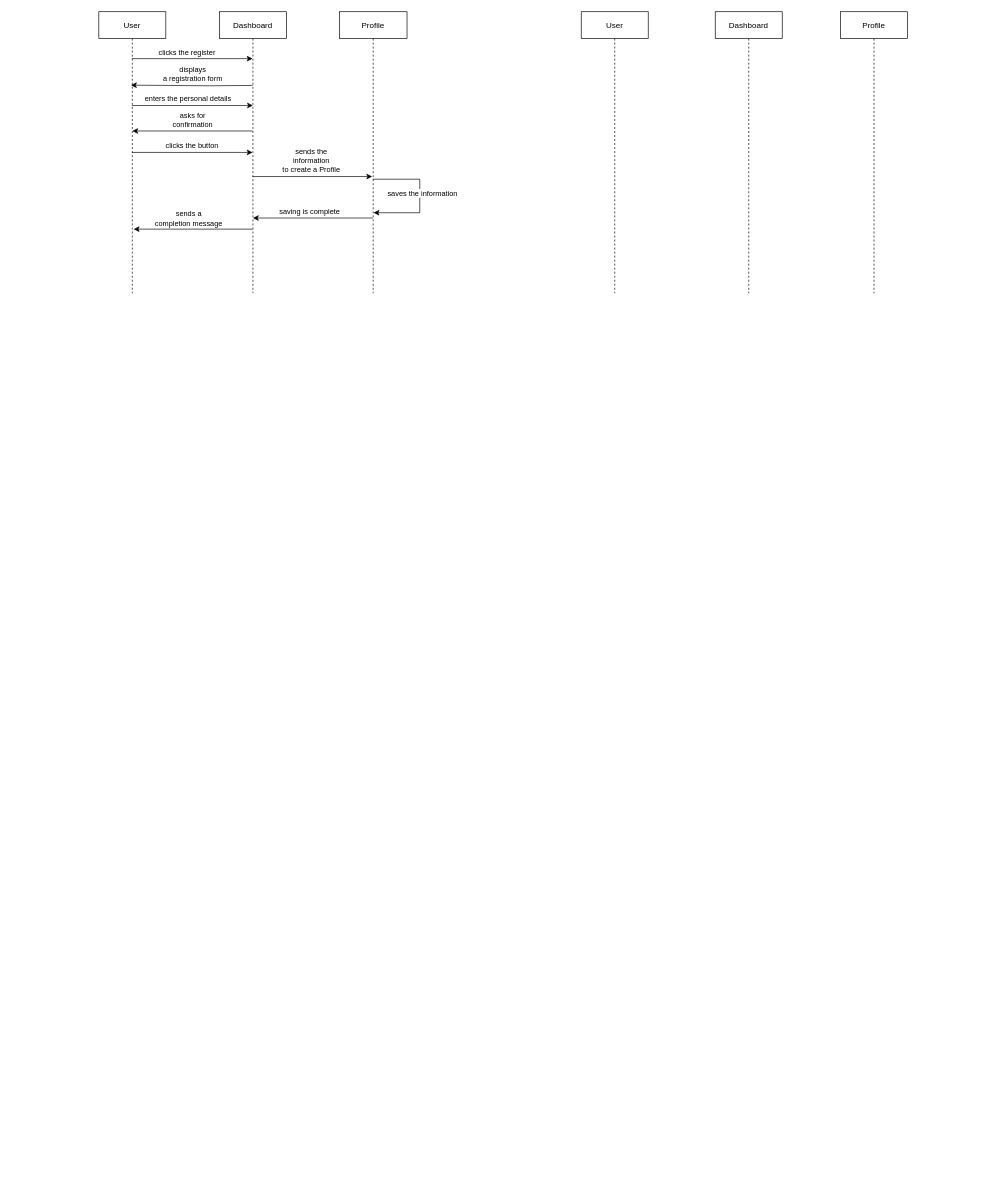
Before: homework2.drawio in Adamlixi/adamblog.github.io, a draw.io diagram. Source tidied: cells renumbered, new cells numbered last; positions are measured from the earlier drawing's top-left corner, leaving out a move shared by most shapes. Both pictures are drawn from the tidied source at 67%, with x=0, y=0 at pixel (98, 11).
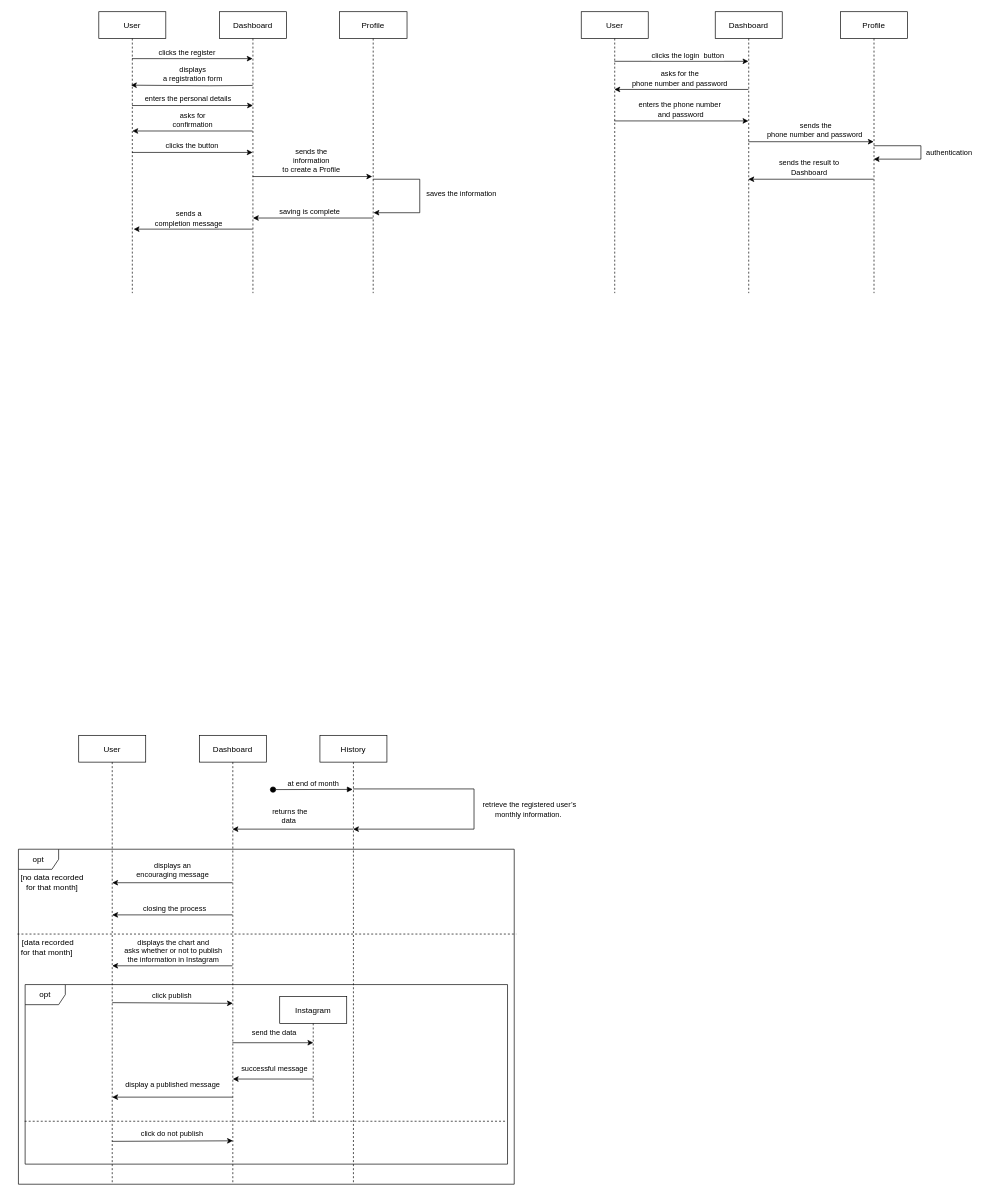
The same page after the edit.

Unchanged cells that the change refers to:
```xml
<mxCell id="22" style="edgeStyle=orthogonalEdgeStyle;rounded=0;jettySize=auto;html=1;" parent="1" edge="1" source="13">
  <mxGeometry relative="1" as="geometry">
    <mxPoint x="410" y="300" as="targetPoint" />
    <Array as="points">
      <mxPoint x="479" y="250" />
      <mxPoint x="479" y="300" />
      <mxPoint x="410" y="300" />
    </Array>
  </mxGeometry>
</mxCell>
<mxCell id="26" value="Profile" style="shape=umlLifeline;perimeter=lifelinePerimeter;rounded=0;shadow=0;strokeWidth=1;" parent="1" vertex="1">
  <mxGeometry x="1107" width="100" height="420" as="geometry" />
</mxCell>
```

What changed in the source:
```diff
@@
+    <mxCell id="27" value="opt" style="shape=umlFrame;whiteSpace=wrap;html=1;" parent="1" vertex="1">
+      <mxGeometry x="-120" y="1250" width="740" height="500" as="geometry" />
+    </mxCell>
+    <mxCell id="28" value="opt" style="shape=umlFrame;whiteSpace=wrap;html=1;" parent="1" vertex="1">
+      <mxGeometry x="-110" y="1452" width="720" height="268" as="geometry" />
+    </mxCell>
@@
     <mxCell id="23" value="saves the information" style="edgeLabel;html=1;align=center;verticalAlign=middle;" parent="22" vertex="1">
-      <mxGeometry x="-0.05" y="3" relative="1" as="geometry" />
+      <mxGeometry x="-0.05" y="3" relative="1" as="geometry">
+        <mxPoint x="58" as="offset" />
+      </mxGeometry>
     </mxCell>
+    <mxCell id="29" style="edgeStyle=orthogonalEdgeStyle;rounded=0;orthogonalLoop=1;jettySize=auto;html=1;" parent="1" edge="1">
+      <mxGeometry relative="1" as="geometry">
+        <mxPoint x="769.5" y="74" as="sourcePoint" />
+        <mxPoint x="969.5" y="74" as="targetPoint" />
+      </mxGeometry>
+    </mxCell>
+    <mxCell id="30" value="clicks the login&amp;nbsp; button" style="edgeLabel;html=1;align=center;verticalAlign=middle;" parent="29" vertex="1">
+      <mxGeometry x="0.09" y="2" relative="1" as="geometry">
+        <mxPoint y="-7" as="offset" />
+      </mxGeometry>
+    </mxCell>
+    <mxCell id="31" style="edgeStyle=orthogonalEdgeStyle;rounded=0;orthogonalLoop=1;jettySize=auto;html=1;" parent="1" edge="1">
+      <mxGeometry relative="1" as="geometry">
+        <mxPoint x="769.5" y="163" as="sourcePoint" />
+        <mxPoint x="969.5" y="163" as="targetPoint" />
+      </mxGeometry>
+    </mxCell>
+    <mxCell id="32" value="enters the phone number&lt;br&gt;&amp;nbsp;and password" style="edgeLabel;html=1;align=center;verticalAlign=middle;" parent="31" vertex="1">
+      <mxGeometry x="-0.04" y="3" relative="1" as="geometry">
+        <mxPoint x="1" y="-15" as="offset" />
+      </mxGeometry>
+    </mxCell>
@@
+    <mxCell id="33" style="edgeStyle=orthogonalEdgeStyle;rounded=0;orthogonalLoop=1;jettySize=auto;html=1;" parent="1" edge="1">
+      <mxGeometry relative="1" as="geometry">
+        <mxPoint x="969.5" y="116" as="sourcePoint" />
+        <mxPoint x="769.5" y="116" as="targetPoint" />
+      </mxGeometry>
+    </mxCell>
+    <mxCell id="34" value="asks for the&lt;br/&gt;phone number and password" style="edgeLabel;html=1;align=center;verticalAlign=middle;" parent="33" vertex="1">
+      <mxGeometry x="0.1" relative="1" as="geometry">
+        <mxPoint x="7" y="-17" as="offset" />
+      </mxGeometry>
+    </mxCell>
+    <mxCell id="35" style="edgeStyle=orthogonalEdgeStyle;rounded=0;orthogonalLoop=1;jettySize=auto;html=1;" parent="1" edge="1">
+      <mxGeometry relative="1" as="geometry">
+        <mxPoint x="969.5" y="194" as="sourcePoint" />
+        <mxPoint x="1156.5" y="194" as="targetPoint" />
+      </mxGeometry>
+    </mxCell>
+    <mxCell id="36" value="sends the &lt;br&gt;phone number and password&amp;nbsp;" style="edgeLabel;html=1;align=center;verticalAlign=middle;" parent="35" vertex="1">
+      <mxGeometry x="0.07" y="2" relative="1" as="geometry">
+        <mxPoint y="-16" as="offset" />
+      </mxGeometry>
+    </mxCell>
@@
+    <mxCell id="37" style="edgeStyle=orthogonalEdgeStyle;rounded=0;orthogonalLoop=1;jettySize=auto;html=1;" parent="1" edge="1">
+      <mxGeometry relative="1" as="geometry">
+        <mxPoint x="1156.5" y="250" as="sourcePoint" />
+        <mxPoint x="969.5" y="250" as="targetPoint" />
+      </mxGeometry>
+    </mxCell>
+    <mxCell id="38" value="sends the result to&lt;br/&gt;Dashboard" style="edgeLabel;html=1;align=center;verticalAlign=middle;" parent="37" vertex="1">
+      <mxGeometry x="0.05" y="1" relative="1" as="geometry">
+        <mxPoint x="1" y="-19" as="offset" />
+      </mxGeometry>
+    </mxCell>
@@
+    <mxCell id="39" style="edgeStyle=orthogonalEdgeStyle;rounded=0;orthogonalLoop=1;jettySize=auto;html=1;elbow=horizontal;" parent="1" edge="1" source="26" target="26">
+      <mxGeometry relative="1" as="geometry">
+        <Array as="points">
+          <mxPoint x="1180" y="280" />
+        </Array>
+      </mxGeometry>
+    </mxCell>
+    <mxCell id="40" value="authentication" style="edgeLabel;html=1;align=center;verticalAlign=middle;" parent="39" vertex="1">
+      <mxGeometry x="0.56" y="3" relative="1" as="geometry">
+        <mxPoint x="77" y="-14" as="offset" />
+      </mxGeometry>
+    </mxCell>
+    <mxCell id="41" value="User" style="shape=umlLifeline;perimeter=lifelinePerimeter;rounded=0;shadow=0;strokeWidth=1;" parent="1" vertex="1">
+      <mxGeometry x="-30" y="1080" width="100" height="670" as="geometry" />
+    </mxCell>
+    <mxCell id="42" style="edgeStyle=orthogonalEdgeStyle;rounded=0;orthogonalLoop=1;jettySize=auto;html=1;" parent="1" edge="1">
+      <mxGeometry relative="1" as="geometry">
+        <mxPoint x="199.5" y="1300" as="sourcePoint" />
+        <mxPoint x="20" y="1300" as="targetPoint" />
+        <Array as="points">
+          <mxPoint x="20" y="1300" />
+        </Array>
+      </mxGeometry>
+    </mxCell>
+    <mxCell id="43" value="displays an &lt;br&gt;encouraging message" style="edgeLabel;html=1;align=center;verticalAlign=middle;" parent="42" vertex="1">
+      <mxGeometry x="0.01" relative="1" as="geometry">
+        <mxPoint x="1" y="-20" as="offset" />
+      </mxGeometry>
+    </mxCell>
+    <mxCell id="44" style="edgeStyle=orthogonalEdgeStyle;rounded=0;orthogonalLoop=1;jettySize=auto;html=1;entryX=0.5;entryY=0.5;entryDx=0;entryDy=0;entryPerimeter=0;" parent="1" edge="1">
+      <mxGeometry relative="1" as="geometry">
+        <mxPoint x="199.5" y="1348" as="sourcePoint" />
+        <mxPoint x="20" y="1348" as="targetPoint" />
+      </mxGeometry>
+    </mxCell>
+    <mxCell id="45" value="closing the process" style="edgeLabel;html=1;align=center;verticalAlign=middle;" parent="44" vertex="1">
+      <mxGeometry x="-0.24" y="-4" relative="1" as="geometry">
+        <mxPoint x="-19" y="-7" as="offset" />
+      </mxGeometry>
+    </mxCell>
+    <mxCell id="46" style="edgeStyle=orthogonalEdgeStyle;rounded=0;orthogonalLoop=1;jettySize=auto;html=1;entryX=0.5;entryY=0.5;entryDx=0;entryDy=0;entryPerimeter=0;" parent="1" edge="1">
+      <mxGeometry relative="1" as="geometry">
+        <mxPoint x="199.5" y="1424" as="sourcePoint" />
+        <mxPoint x="20" y="1424" as="targetPoint" />
+      </mxGeometry>
+    </mxCell>
+    <mxCell id="47" value="displays the chart and &lt;br&gt;asks whether or not to publish &lt;br&gt;the information in Instagram" style="edgeLabel;html=1;align=center;verticalAlign=middle;" parent="46" vertex="1">
+      <mxGeometry x="0.16" relative="1" as="geometry">
+        <mxPoint x="15" y="-23" as="offset" />
+      </mxGeometry>
+    </mxCell>
+    <mxCell id="48" value="Dashboard" style="shape=umlLifeline;perimeter=lifelinePerimeter;rounded=0;shadow=0;strokeWidth=1;" parent="1" vertex="1">
+      <mxGeometry x="150" y="1080" width="100" height="670" as="geometry" />
+    </mxCell>
+    <mxCell id="49" style="edgeStyle=orthogonalEdgeStyle;rounded=0;orthogonalLoop=1;jettySize=auto;html=1;" parent="1" edge="1">
+      <mxGeometry relative="1" as="geometry">
+        <mxPoint x="379.5" y="1220" as="sourcePoint" />
+        <mxPoint x="199.5" y="1220" as="targetPoint" />
+      </mxGeometry>
+    </mxCell>
+    <mxCell id="50" value="returns the&lt;br/&gt;data&amp;nbsp;" style="edgeLabel;html=1;align=center;verticalAlign=middle;" parent="49" vertex="1">
+      <mxGeometry x="0.06" y="-3" relative="1" as="geometry">
+        <mxPoint y="-17" as="offset" />
+      </mxGeometry>
+    </mxCell>
+    <mxCell id="51" value="History" style="shape=umlLifeline;perimeter=lifelinePerimeter;rounded=0;shadow=0;strokeWidth=1;" parent="1" vertex="1">
+      <mxGeometry x="330" y="1080" width="100" height="670" as="geometry" />
+    </mxCell>
+    <mxCell id="52" value="at end of month" style="html=1;verticalAlign=bottom;startArrow=oval;startFill=1;endArrow=block;startSize=8;rounded=0;entryX=0.49;entryY=0.161;entryDx=0;entryDy=0;entryPerimeter=0;" parent="51" edge="1">
+      <mxGeometry relative="1" as="geometry">
+        <mxPoint x="-70" y="81" as="sourcePoint" />
+        <mxPoint x="49" y="80.7" as="targetPoint" />
+      </mxGeometry>
+    </mxCell>
+    <mxCell id="53" style="edgeStyle=orthogonalEdgeStyle;rounded=0;orthogonalLoop=1;jettySize=auto;html=1;" parent="1" edge="1" source="51" target="51">
+      <mxGeometry relative="1" as="geometry">
+        <Array as="points">
+          <mxPoint x="560" y="1160" />
+          <mxPoint x="560" y="1220" />
+        </Array>
+      </mxGeometry>
+    </mxCell>
+    <mxCell id="54" value="&amp;nbsp;retrieve the registered user’s&lt;br&gt;monthly information." style="edgeLabel;html=1;align=center;verticalAlign=middle;" parent="53" vertex="1">
+      <mxGeometry x="0.56" relative="1" as="geometry">
+        <mxPoint x="168" y="-30" as="offset" />
+      </mxGeometry>
+    </mxCell>
+    <mxCell id="55" value="[no data recorded &lt;br&gt;for that month]" style="text;html=1;align=center;verticalAlign=middle;fillColor=none;strokeColor=none;rounded=0;" parent="1" vertex="1">
+      <mxGeometry x="-130" y="1280" width="120" height="40" as="geometry" />
+    </mxCell>
+    <mxCell id="56" style="endArrow=none;dashed=1;html=1;rounded=0;exitX=-0.002;exitY=0.458;exitDx=0;exitDy=0;exitPerimeter=0;entryX=1.004;entryY=0.458;entryDx=0;entryDy=0;entryPerimeter=0;" parent="1" edge="1">
+      <mxGeometry relative="1" as="geometry">
+        <mxPoint x="-121.5" y="1376.6" as="sourcePoint" />
+        <mxPoint x="623" y="1376.6" as="targetPoint" />
+      </mxGeometry>
+    </mxCell>
+    <mxCell id="57" value="&amp;nbsp;[data recorded &lt;br&gt;for that month]" style="text;html=1;align=center;verticalAlign=middle;fillColor=none;strokeColor=none;rounded=0;" parent="1" vertex="1">
+      <mxGeometry x="-128" y="1377" width="100" height="40" as="geometry" />
+    </mxCell>
+    <mxCell id="58" style="endArrow=none;dashed=1;html=1;rounded=0;exitX=-0.001;exitY=0.5;exitDx=0;exitDy=0;exitPerimeter=0;entryX=0.999;entryY=0.5;entryDx=0;entryDy=0;entryPerimeter=0;" parent="1" edge="1">
+      <mxGeometry relative="1" as="geometry">
+        <mxPoint x="-110.7" y="1656" as="sourcePoint" />
+        <mxPoint x="609.3" y="1656" as="targetPoint" />
+      </mxGeometry>
+    </mxCell>
+    <mxCell id="59" style="endArrow=classic;html=1;rounded=0;exitX=0.501;exitY=0.56;exitDx=0;exitDy=0;exitPerimeter=0;" parent="1" edge="1">
+      <mxGeometry relative="1" as="geometry">
+        <mxPoint x="20.1" y="1479" as="sourcePoint" />
+        <mxPoint x="200" y="1480" as="targetPoint" />
+      </mxGeometry>
+    </mxCell>
+    <mxCell id="60" value="click publish" style="edgeLabel;html=1;align=center;verticalAlign=middle;" parent="59" vertex="1">
+      <mxGeometry x="-0.02" y="1" relative="1" as="geometry">
+        <mxPoint y="-10" as="offset" />
+      </mxGeometry>
+    </mxCell>
+    <mxCell id="61" style="endArrow=classic;html=1;rounded=0;exitX=0.501;exitY=0.56;exitDx=0;exitDy=0;exitPerimeter=0;entryX=0.501;entryY=0.559;entryDx=0;entryDy=0;entryPerimeter=0;" parent="1" edge="1">
+      <mxGeometry relative="1" as="geometry">
+        <mxPoint x="20.1" y="1686" as="sourcePoint" />
+        <mxPoint x="200.1" y="1685.2" as="targetPoint" />
+      </mxGeometry>
+    </mxCell>
+    <mxCell id="62" value="click do not publish" style="edgeLabel;html=1;align=center;verticalAlign=middle;" parent="61" vertex="1">
+      <mxGeometry x="-0.02" y="1" relative="1" as="geometry">
+        <mxPoint y="-10" as="offset" />
+      </mxGeometry>
+    </mxCell>
+    <mxCell id="63" value="Instagram" style="shape=umlLifeline;perimeter=lifelinePerimeter;rounded=0;shadow=0;strokeWidth=1;" parent="1" vertex="1">
+      <mxGeometry x="270" y="1470" width="100" height="190" as="geometry" />
+    </mxCell>
+    <mxCell id="64" style="endArrow=classic;html=1;fontFamily=Helvetica;fontSize=11;fontColor=default;align=center;strokeColor=default;" parent="1" edge="1">
+      <mxGeometry relative="1" as="geometry">
+        <mxPoint x="199.4" y="1538.8" as="sourcePoint" />
+        <mxPoint x="320.1" y="1538.8" as="targetPoint" />
+      </mxGeometry>
+    </mxCell>
+    <mxCell id="65" value="&amp;nbsp;send the data" style="edgeLabel;html=1;align=center;verticalAlign=middle;" parent="64" vertex="1">
+      <mxGeometry x="0.08" y="3" relative="1" as="geometry">
+        <mxPoint x="-5" y="-12" as="offset" />
+      </mxGeometry>
+    </mxCell>
+    <mxCell id="66" style="endArrow=classic;html=1;fontFamily=Helvetica;fontSize=11;fontColor=default;align=center;strokeColor=default;" parent="1" edge="1">
+      <mxGeometry relative="1" as="geometry">
+        <mxPoint x="320" y="1593" as="sourcePoint" />
+        <mxPoint x="200" y="1593" as="targetPoint" />
+      </mxGeometry>
+    </mxCell>
+    <mxCell id="67" value="successful message" style="edgeLabel;html=1;align=center;verticalAlign=middle;" parent="66" vertex="1">
+      <mxGeometry x="-0.09" y="-1" relative="1" as="geometry">
+        <mxPoint x="-4" y="-16" as="offset" />
+      </mxGeometry>
+    </mxCell>
+    <mxCell id="68" value="display a published message" style="endArrow=classic;html=1;rounded=0;entryX=0.5;entryY=0.8;entryDx=0;entryDy=0;entryPerimeter=0;exitX=0.5;exitY=0.8;exitDx=0;exitDy=0;exitPerimeter=0;" parent="1" edge="1">
+      <mxGeometry y="-18" relative="1" as="geometry">
+        <mxPoint x="200" y="1620" as="sourcePoint" />
+        <mxPoint x="20" y="1620" as="targetPoint" />
+      </mxGeometry>
+    </mxCell>
```
